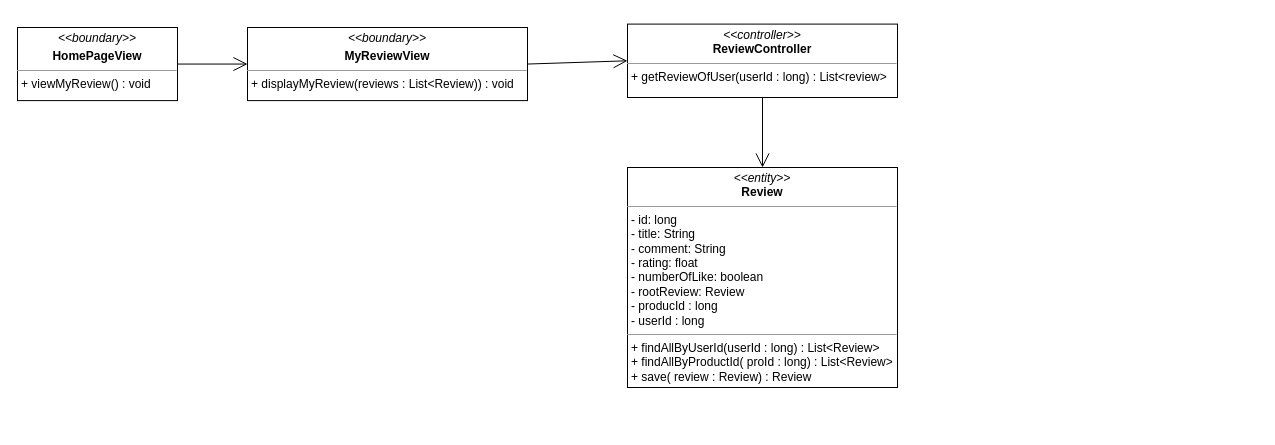
Before: class diagram/view-myReview-class-diagram.drawio in nguyenphamvan/datn_20202, a draw.io diagram. Source tidied: cells renumbered, new cells numbered last; positions are measured from the earlier drawing's top-left corner, leaving out a move shared by most shapes. Both pictures are drawn from the tidied source at 100%, with x=0, y=0 at pixel (17, 24).
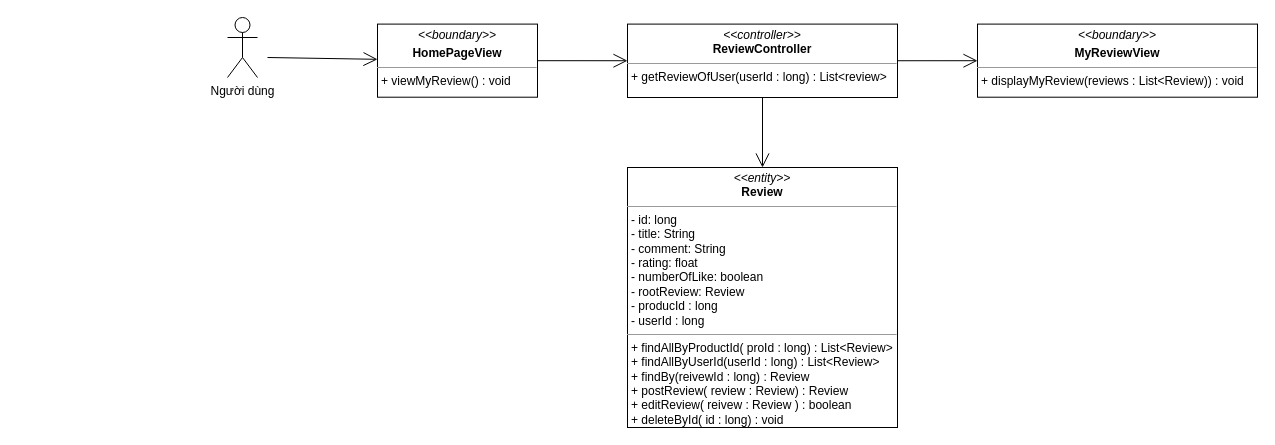
After the change.

What changed in the source:
```diff
@@
 <mxGraphModel>
   <root>
     <mxCell id="0" />
     <mxCell id="1" parent="0" />
     <mxCell id="2" value="&lt;p style=&quot;margin: 0px ; margin-top: 4px ; text-align: center&quot;&gt;&lt;i&gt;&amp;lt;&amp;lt;boundary&amp;gt;&amp;gt;&lt;/i&gt;&lt;/p&gt;&lt;p style=&quot;margin: 0px ; margin-top: 4px ; text-align: center&quot;&gt;&lt;b&gt;MyReviewView&lt;/b&gt;&lt;/p&gt;&lt;hr size=&quot;1&quot;&gt;&lt;p style=&quot;margin: 0px ; margin-left: 4px&quot;&gt;&lt;span&gt;+ displayMyReview(reviews : List&amp;lt;Review)) : void&lt;/span&gt;&lt;br&gt;&lt;/p&gt;" style="verticalAlign=top;align=left;overflow=fill;fontSize=12;fontFamily=Helvetica;html=1;" parent="1" vertex="1">
-      <mxGeometry x="230" y="3" width="280" height="73.1" as="geometry" />
+      <mxGeometry x="960" y="-0.4" width="280" height="73.1" as="geometry" />
     </mxCell>
-    <mxCell id="3" style="endArrow=open;endFill=1;endSize=12;html=1;exitX=1;exitY=0.5;exitDx=0;exitDy=0;entryX=0;entryY=0.5;entryDx=0;entryDy=0;" parent="1" edge="1" source="2" target="5">
+    <mxCell id="3" style="endArrow=open;endFill=1;endSize=12;html=1;" parent="1" edge="1" source="5" target="2">
       <mxGeometry relative="1" as="geometry" />
     </mxCell>
-    <mxCell id="4" value="&lt;p style=&quot;margin: 0px ; margin-top: 4px ; text-align: center&quot;&gt;&lt;i&gt;&amp;lt;&amp;lt;entity&amp;gt;&amp;gt;&lt;/i&gt;&lt;br&gt;&lt;b&gt;Review&lt;/b&gt;&lt;/p&gt;&lt;hr size=&quot;1&quot;&gt;&lt;p style=&quot;margin: 0px ; margin-left: 4px&quot;&gt;- id: long&lt;/p&gt;&lt;p style=&quot;margin: 0px ; margin-left: 4px&quot;&gt;- title: String&lt;br&gt;- comment: String&lt;/p&gt;&lt;p style=&quot;margin: 0px ; margin-left: 4px&quot;&gt;- rating: float&lt;/p&gt;&lt;p style=&quot;margin: 0px ; margin-left: 4px&quot;&gt;- numberOfLike: boolean&lt;/p&gt;&lt;p style=&quot;margin: 0px ; margin-left: 4px&quot;&gt;- rootReview: Review&lt;/p&gt;&lt;p style=&quot;margin: 0px ; margin-left: 4px&quot;&gt;- producId : long&lt;/p&gt;&lt;p style=&quot;margin: 0px ; margin-left: 4px&quot;&gt;- userId : long&lt;/p&gt;&lt;hr size=&quot;1&quot;&gt;&lt;p style=&quot;margin: 0px ; margin-left: 4px&quot;&gt;&lt;span&gt;+ findAllByUserId(userId : long) : List&amp;lt;Review&amp;gt;&lt;/span&gt;&lt;br&gt;&lt;/p&gt;&lt;p style=&quot;margin: 0px ; margin-left: 4px&quot;&gt;&lt;span&gt;+ findAllByProductId( proId : long) : List&amp;lt;Review&amp;gt;&lt;/span&gt;&lt;/p&gt;&lt;p style=&quot;margin: 0px ; margin-left: 4px&quot;&gt;&lt;span&gt;+ save( review : Review) : Review&lt;/span&gt;&lt;/p&gt;" style="verticalAlign=top;align=left;overflow=fill;fontSize=12;fontFamily=Helvetica;html=1;" parent="1" vertex="1">
-      <mxGeometry x="610" y="143" width="270" height="220" as="geometry" />
+    <mxCell id="4" value="&lt;p style=&quot;margin: 0px ; margin-top: 4px ; text-align: center&quot;&gt;&lt;i&gt;&amp;lt;&amp;lt;entity&amp;gt;&amp;gt;&lt;/i&gt;&lt;br&gt;&lt;b&gt;Review&lt;/b&gt;&lt;/p&gt;&lt;hr size=&quot;1&quot;&gt;&lt;p style=&quot;margin: 0px ; margin-left: 4px&quot;&gt;- id: long&lt;/p&gt;&lt;p style=&quot;margin: 0px ; margin-left: 4px&quot;&gt;- title: String&lt;br&gt;- comment: String&lt;/p&gt;&lt;p style=&quot;margin: 0px ; margin-left: 4px&quot;&gt;- rating: float&lt;/p&gt;&lt;p style=&quot;margin: 0px ; margin-left: 4px&quot;&gt;- numberOfLike: boolean&lt;/p&gt;&lt;p style=&quot;margin: 0px ; margin-left: 4px&quot;&gt;- rootReview: Review&lt;/p&gt;&lt;p style=&quot;margin: 0px ; margin-left: 4px&quot;&gt;- producId : long&lt;/p&gt;&lt;p style=&quot;margin: 0px ; margin-left: 4px&quot;&gt;- userId : long&lt;/p&gt;&lt;hr size=&quot;1&quot;&gt;&lt;p style=&quot;margin: 0px 0px 0px 4px&quot;&gt;+ findAllByProductId( proId : long) : List&amp;lt;Review&amp;gt;&lt;/p&gt;&lt;p style=&quot;margin: 0px 0px 0px 4px&quot;&gt;+ findAllByUserId(userId : long) : List&amp;lt;Review&amp;gt;&lt;/p&gt;&lt;p style=&quot;margin: 0px 0px 0px 4px&quot;&gt;+ findBy(reivewId : long) : Review&lt;/p&gt;&lt;p style=&quot;margin: 0px 0px 0px 4px&quot;&gt;+ postReview( review : Review) : Review&lt;/p&gt;&lt;p style=&quot;margin: 0px 0px 0px 4px&quot;&gt;+ editReview( reivew : Review ) : boolean&lt;/p&gt;&lt;p style=&quot;margin: 0px 0px 0px 4px&quot;&gt;+ deleteById( id : long) : void&lt;/p&gt;" style="verticalAlign=top;align=left;overflow=fill;fontSize=12;fontFamily=Helvetica;html=1;" parent="1" vertex="1">
+      <mxGeometry x="610" y="143" width="270" height="260" as="geometry" />
     </mxCell>
     <mxCell id="5" value="&lt;p style=&quot;margin: 0px ; margin-top: 4px ; text-align: center&quot;&gt;&lt;i&gt;&amp;lt;&amp;lt;controller&amp;gt;&amp;gt;&lt;/i&gt;&lt;br&gt;&lt;b&gt;ReviewController&lt;/b&gt;&lt;/p&gt;&lt;hr size=&quot;1&quot;&gt;&lt;p style=&quot;margin: 0px ; margin-left: 4px&quot;&gt;+ getReviewOfUser(userId : long) : List&amp;lt;review&amp;gt;&lt;/p&gt;" style="verticalAlign=top;align=left;overflow=fill;fontSize=12;fontFamily=Helvetica;html=1;" parent="1" vertex="1">
       <mxGeometry x="610" y="-0.4" width="270" height="73.4" as="geometry" />
     </mxCell>
     <mxCell id="6" style="endArrow=open;endFill=1;endSize=12;html=1;" parent="1" edge="1" source="5" target="4">
       <mxGeometry relative="1" as="geometry" />
     </mxCell>
     <mxCell id="7" value="&lt;p style=&quot;margin: 0px ; margin-top: 4px ; text-align: center&quot;&gt;&lt;i&gt;&amp;lt;&amp;lt;boundary&amp;gt;&amp;gt;&lt;/i&gt;&lt;/p&gt;&lt;p style=&quot;margin: 0px ; margin-top: 4px ; text-align: center&quot;&gt;&lt;b&gt;HomePageView&lt;/b&gt;&lt;/p&gt;&lt;hr size=&quot;1&quot;&gt;&lt;p style=&quot;margin: 0px ; margin-left: 4px&quot;&gt;&lt;span&gt;+ viewMyReview() : void&lt;/span&gt;&lt;br&gt;&lt;/p&gt;" style="verticalAlign=top;align=left;overflow=fill;fontSize=12;fontFamily=Helvetica;html=1;" parent="1" vertex="1">
-      <mxGeometry y="3" width="160" height="73.1" as="geometry" />
+      <mxGeometry x="360" y="-0.4" width="160" height="73.1" as="geometry" />
     </mxCell>
-    <mxCell id="8" style="endArrow=open;endFill=1;endSize=12;html=1;" parent="1" edge="1" source="7" target="2">
+    <mxCell id="8" style="endArrow=open;endFill=1;endSize=12;html=1;" parent="1" edge="1" source="7" target="5">
       <mxGeometry relative="1" as="geometry" />
     </mxCell>
+    <mxCell id="9" value="Người dùng" style="shape=umlActor;verticalLabelPosition=bottom;verticalAlign=top;html=1;" parent="1" vertex="1">
+      <mxGeometry x="210" y="-7" width="30" height="60" as="geometry" />
+    </mxCell>
+    <mxCell id="10" style="endArrow=open;endFill=1;endSize=12;html=1;" parent="1" edge="1" target="7">
+      <mxGeometry relative="1" as="geometry">
+        <mxPoint x="250" y="33" as="sourcePoint" />
+      </mxGeometry>
+    </mxCell>
   </root>
 </mxGraphModel>
```
